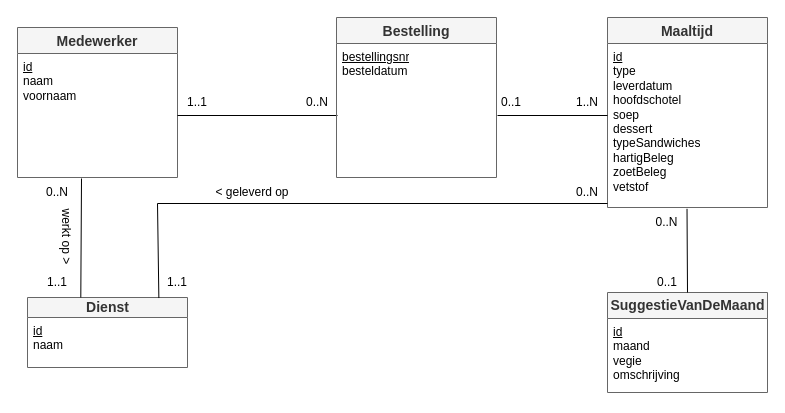
Web-IV/2324-frontendweb-BrechtVandekerckhove keeps this draw.io diagram as ERD/ERD.drawio. Above is the earlier version. Source tidied: cells renumbered, new cells numbered last; positions are measured from the earlier drawing's top-left corner, leaving out a move shared by most shapes. Both pictures are drawn from the tidied source at 100%, with x=0, y=0 at pixel (17, 17).
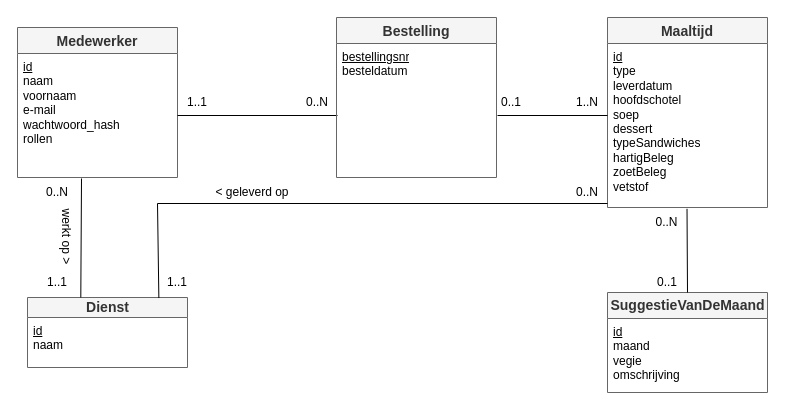
The same diagram, later.

Unchanged cells that the change refers to:
```xml
<mxCell id="2" value="Medewerker" style="swimlane;fontStyle=1;horizontal=1;startSize=26;align=center;fontSize=14;strokeColor=#666666;fillColor=#f5f5f5;fontColor=#333333;" parent="1" vertex="1">
  <mxGeometry y="10" width="160" height="150" as="geometry" />
</mxCell>
```

Diff of the diagram source:
```diff
@@
-    <mxCell id="3" value="&lt;u&gt;id&lt;/u&gt;&lt;br&gt;naam&lt;br&gt;voornaam&lt;br&gt;" style="text;strokeColor=none;fillColor=none;spacingLeft=4;spacingRight=4;overflow=hidden;points=[[0,0.5],[1,0.5]];portConstraint=eastwest;fontSize=12;fontStyle=0;html=1;" parent="2" vertex="1">
+    <mxCell id="3" value="&lt;u&gt;id&lt;/u&gt;&lt;br&gt;naam&lt;br&gt;voornaam&lt;br&gt;e-mail&lt;br&gt;wachtwoord_hash&lt;br&gt;rollen" style="text;strokeColor=none;fillColor=none;spacingLeft=4;spacingRight=4;overflow=hidden;points=[[0,0.5],[1,0.5]];portConstraint=eastwest;fontSize=12;fontStyle=0;html=1;" parent="2" vertex="1">
       <mxGeometry y="26" width="160" height="124" as="geometry" />
     </mxCell>
```
